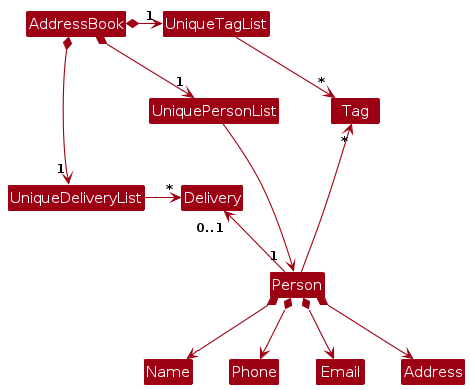
This is diagrams/BetterModelClassDiagram.png from AY2526S2-CS2103T-W14-2/tp, a PlantUML export, as it was before one commit. Its source is kept beside it as diagrams/BetterModelClassDiagram.puml.
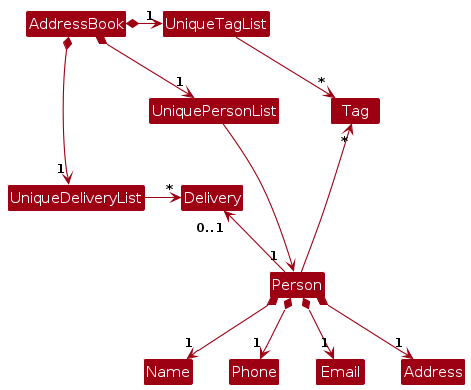
After the change.

The edit, as a diff of the source:
```diff
@@ -20,8 +20,8 @@
 Person -up-> "*" Tag
 Person "1" -up-> "0..1" Delivery
 
-Person *--> Name
-Person *--> Phone
-Person *--> Email
-Person *--> Address
+Person *--> "1" Name
+Person *--> "1" Phone
+Person *--> "1" Email
+Person *--> "1" Address
 @enduml
```
